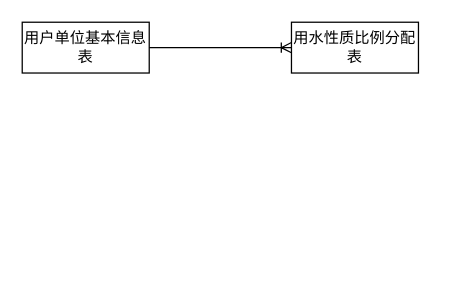
Before: file/jser.drawio in DORcode/admin-demo, a draw.io diagram. Source tidied: cells renumbered, new cells numbered last; positions are measured from the earlier drawing's top-left corner, leaving out a move shared by most shapes. Both pictures are drawn from the tidied source at 127%, with x=0, y=0 at pixel (22, 22).
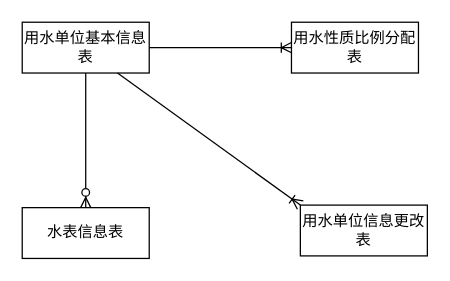
The same page after the edit.

Diff of the diagram source:
```diff
@@
 <mxGraphModel>
   <root>
     <mxCell id="0" />
     <mxCell id="1" parent="0" />
-    <mxCell id="2" value="用户单位基本信息表" style="whiteSpace=wrap;html=1;align=center;" parent="1" vertex="1">
+    <mxCell id="2" value="用水单位基本信息表" style="whiteSpace=wrap;html=1;align=center;" parent="1" vertex="1">
       <mxGeometry width="100" height="40" as="geometry" />
     </mxCell>
     <mxCell id="3" value="用水性质比例分配表" style="whiteSpace=wrap;html=1;align=center;" parent="1" vertex="1">
       <mxGeometry x="212" width="100" height="40" as="geometry" />
     </mxCell>
     <mxCell id="4" style="edgeStyle=entityRelationEdgeStyle;fontSize=12;html=1;endArrow=ERoneToMany;exitX=1;exitY=0.5;exitDx=0;exitDy=0;entryX=0;entryY=0.5;entryDx=0;entryDy=0;" parent="1" edge="1" source="2" target="3">
       <mxGeometry relative="1" as="geometry" />
     </mxCell>
+    <mxCell id="5" value="水表信息表" style="whiteSpace=wrap;html=1;align=center;" parent="1" vertex="1">
+      <mxGeometry y="146" width="100" height="40" as="geometry" />
+    </mxCell>
+    <mxCell id="6" style="fontSize=12;html=1;endArrow=ERzeroToMany;endFill=1;exitX=0.5;exitY=1;exitDx=0;exitDy=0;entryX=0.5;entryY=0;entryDx=0;entryDy=0;" parent="1" edge="1" source="2" target="5">
+      <mxGeometry relative="1" as="geometry" />
+    </mxCell>
+    <mxCell id="7" value="用水单位信息更改表" style="whiteSpace=wrap;html=1;align=center;" parent="1" vertex="1">
+      <mxGeometry x="219" y="144" width="100" height="40" as="geometry" />
+    </mxCell>
+    <mxCell id="8" style="fontSize=12;html=1;endArrow=ERoneToMany;exitX=0.75;exitY=1;exitDx=0;exitDy=0;entryX=0;entryY=0;entryDx=0;entryDy=0;" parent="1" edge="1" source="2" target="7">
+      <mxGeometry relative="1" as="geometry" />
+    </mxCell>
   </root>
 </mxGraphModel>
```
